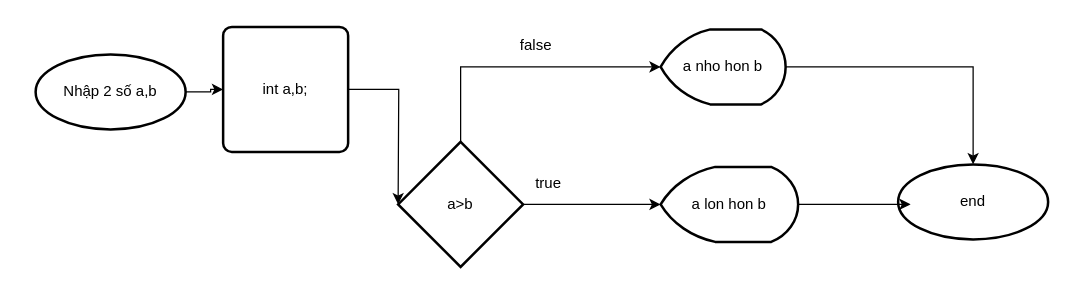
Above: b1/FlowChart1.drawio in CuongLiam/C-Rikkei- (draw.io), before the change. Source tidied: cells renumbered, new cells numbered last; positions are measured from the earlier drawing's top-left corner, leaving out a move shared by most shapes. Both pictures are drawn from the tidied source at 125%, with x=0, y=0 at pixel (35, 26).
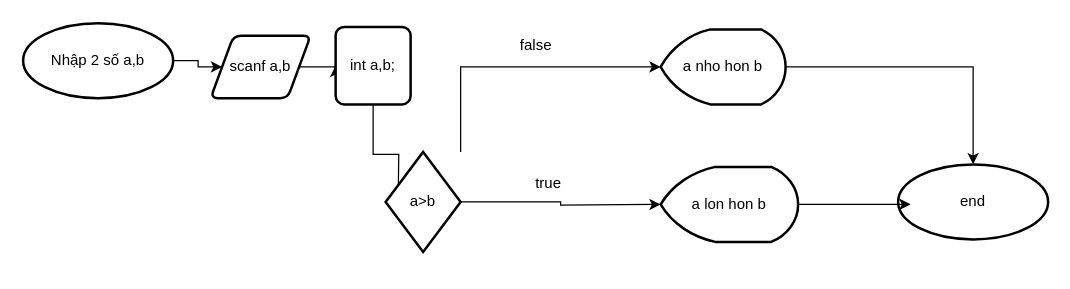
After the change.

Change to the diagram source:
```diff
@@
     <mxCell id="3" value="Nhập 2 số a,b" style="strokeWidth=2;html=1;shape=mxgraph.flowchart.start_1;whiteSpace=wrap;" parent="1" vertex="1">
-      <mxGeometry y="22" width="120" height="60" as="geometry" />
+      <mxGeometry x="-10" y="-3" width="120" height="60" as="geometry" />
     </mxCell>
@@
     <mxCell id="6" value="a&amp;gt;b" style="strokeWidth=2;html=1;shape=mxgraph.flowchart.decision;whiteSpace=wrap;" parent="1" vertex="1">
-      <mxGeometry x="290" y="92" width="100" height="100" as="geometry" />
+      <mxGeometry x="280" y="100" width="60" height="80" as="geometry" />
     </mxCell>
@@
-    <mxCell id="14" style="edgeStyle=orthogonalEdgeStyle;rounded=0;jettySize=auto;html=1;" parent="1" edge="1" source="3" target="15">
+    <mxCell id="14" style="edgeStyle=orthogonalEdgeStyle;rounded=0;jettySize=auto;html=1;" parent="1" edge="1" source="17" target="15">
       <mxGeometry relative="1" as="geometry" />
     </mxCell>
     <mxCell id="15" value="int a,b;" style="rounded=1;whiteSpace=wrap;html=1;absoluteArcSize=1;arcSize=14;strokeWidth=2;" parent="1" vertex="1">
-      <mxGeometry x="150" width="100" height="100" as="geometry" />
+      <mxGeometry x="240" width="60" height="62" as="geometry" />
     </mxCell>
+    <mxCell id="16" style="edgeStyle=orthogonalEdgeStyle;rounded=0;jettySize=auto;html=1;" parent="1" edge="1" source="3" target="17">
+      <mxGeometry relative="1" as="geometry" />
+    </mxCell>
+    <mxCell id="17" value="scanf a,b" style="shape=parallelogram;html=1;strokeWidth=2;perimeter=parallelogramPerimeter;whiteSpace=wrap;rounded=1;arcSize=12;size=0.23;" parent="1" vertex="1">
+      <mxGeometry x="140" y="7" width="80" height="50" as="geometry" />
+    </mxCell>
```
